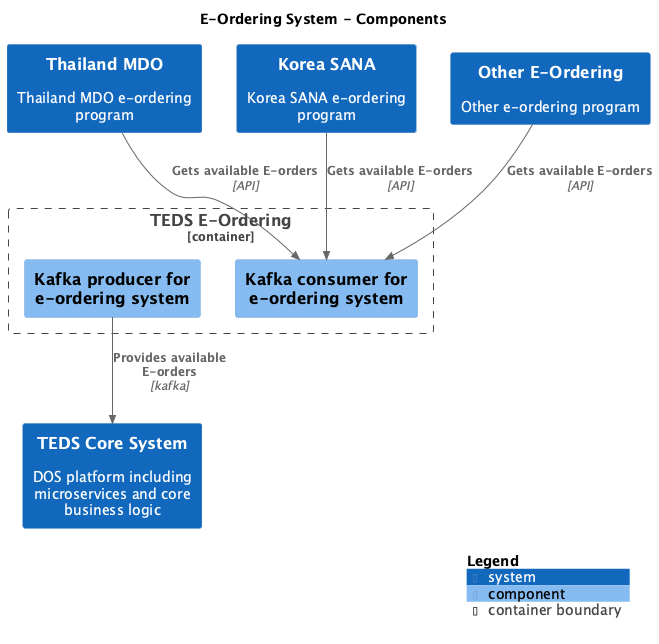
This is main/png/Level3_eOrdering_Components.png from kzsahay/teds, a PlantUML export, as it was before one commit.
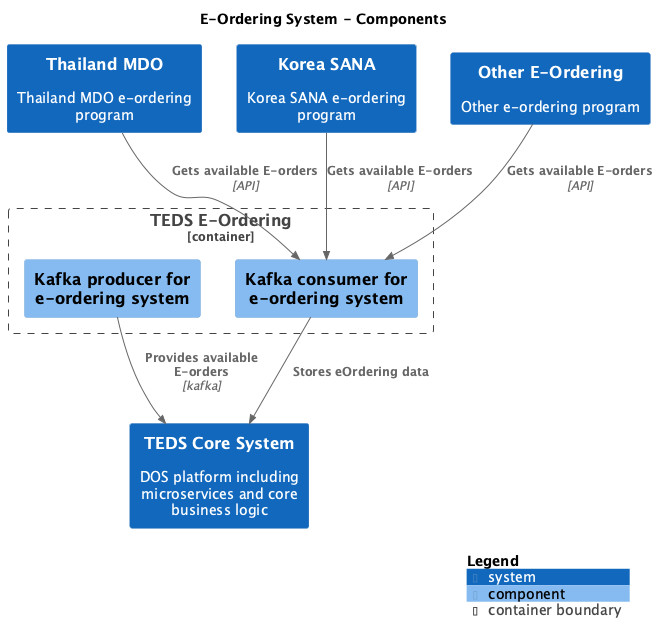
After the commit.

What changed in the source:
```diff
@@ -21,6 +21,7 @@
 Rel(ThailandMDO, EOrdering.TEDSEOrdering.Kafkaconsumerforeorderingsystem, "Gets available E-orders", $techn="API", $tags="", $link="")
 Rel(KoreaSANA, EOrdering.TEDSEOrdering.Kafkaconsumerforeorderingsystem, "Gets available E-orders", $techn="API", $tags="", $link="")
 Rel(OtherEOrdering, EOrdering.TEDSEOrdering.Kafkaconsumerforeorderingsystem, "Gets available E-orders", $techn="API", $tags="", $link="")
+Rel(EOrdering.TEDSEOrdering.Kafkaconsumerforeorderingsystem, TEDSCoreSystem, "Stores eOrdering data", $techn="", $tags="", $link="")
 Rel(EOrdering.TEDSEOrdering.Kafkaproducerforeorderingsystem, TEDSCoreSystem, "Provides available E-orders", $techn="kafka", $tags="", $link="")
 
 SHOW_LEGEND(true)
```
